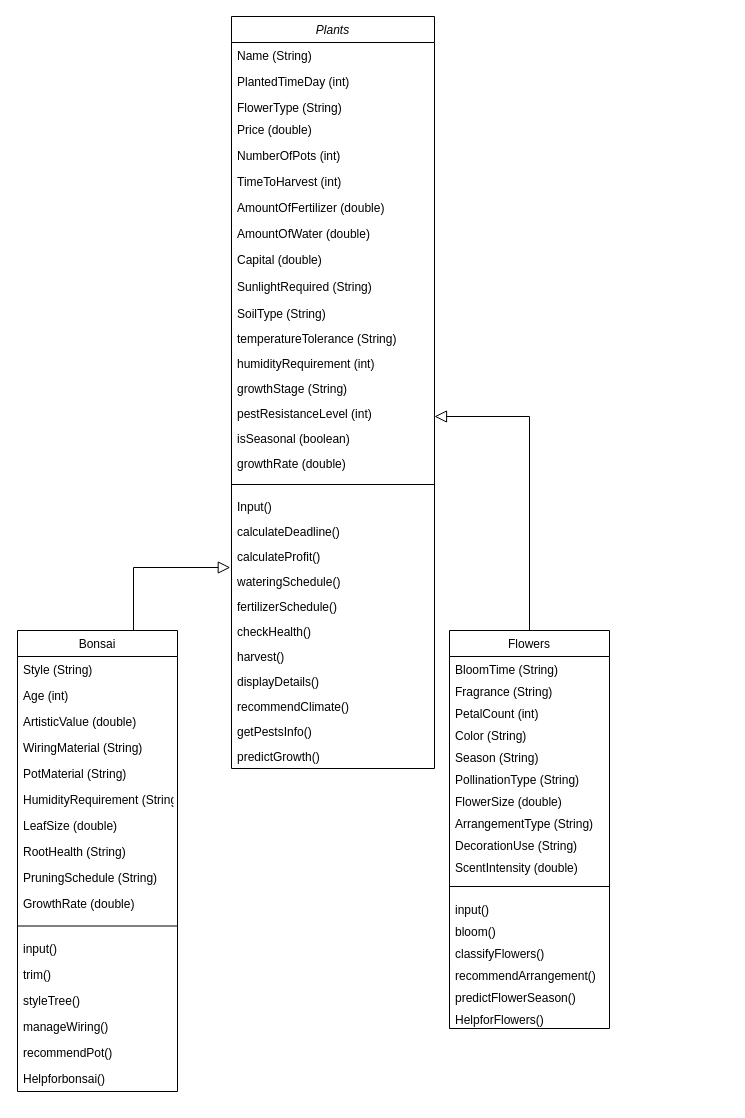
This is Untitled Diagram.drawio from NgoAnhThanThien/thanthien123, a draw.io file, before an edit. Source tidied: cells renumbered, new cells numbered last; positions are measured from the earlier drawing's top-left corner, leaving out a move shared by most shapes. Both pictures are drawn from the tidied source at 100%, with x=0, y=0 at pixel (17, 16).
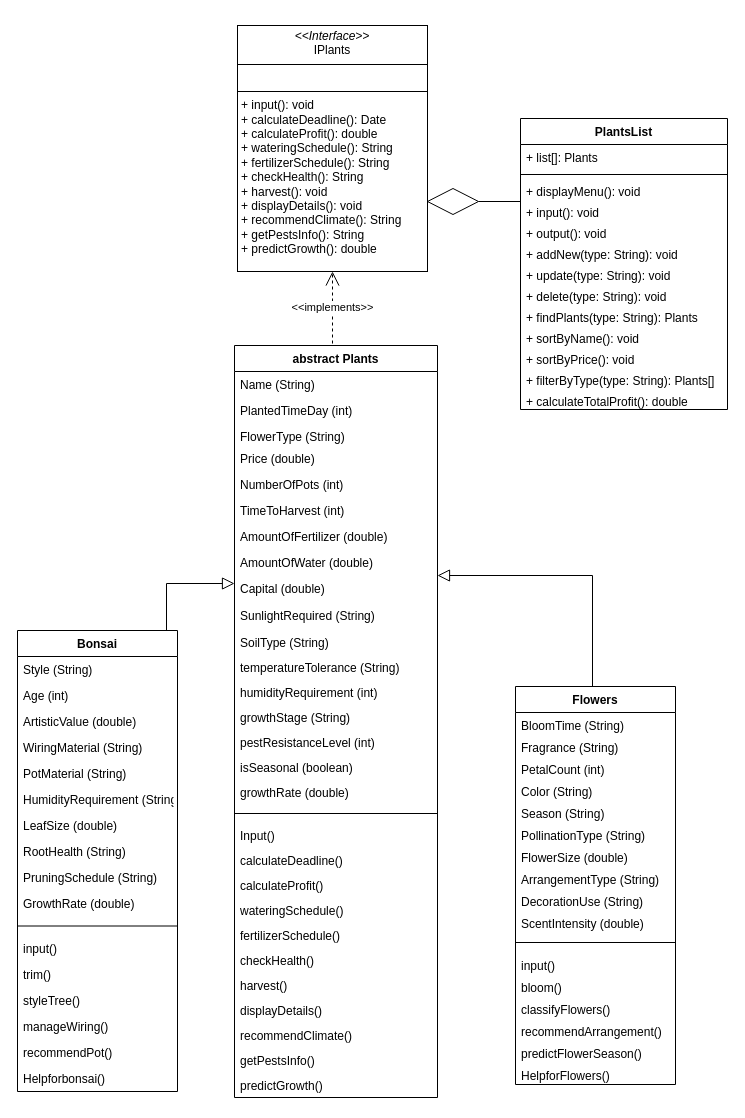
The same page after the edit.

Unchanged cells that the change refers to:
```xml
<mxCell id="24" value="wateringSchedule()" style="text;align=left;verticalAlign=top;spacingLeft=4;spacingRight=4;overflow=hidden;points=[[0,0.5],[1,0.5]];portConstraint=eastwest;" parent="2" vertex="1">
  <mxGeometry y="552" width="203" height="25" as="geometry" />
</mxCell>
```

Change to the diagram source:
```diff
@@
-    <mxCell id="2" value="Plants" style="swimlane;fontStyle=2;align=center;verticalAlign=top;horizontal=1;startSize=26;rounded=0;shadow=0;strokeWidth=1;" parent="1" vertex="1">
-      <mxGeometry x="214" width="203" height="752" as="geometry" />
+    <mxCell id="2" value="abstract Plants" style="swimlane;fontStyle=1;align=center;verticalAlign=top;horizontal=1;startSize=26;rounded=0;shadow=0;strokeWidth=1;" parent="1" vertex="1">
+      <mxGeometry x="217" y="329" width="203" height="752" as="geometry" />
     </mxCell>
@@
-    <mxCell id="32" value="Bonsai" style="swimlane;fontStyle=0;align=center;verticalAlign=top;horizontal=1;startSize=26;rounded=0;shadow=0;strokeWidth=1;" parent="1" vertex="1">
+    <mxCell id="32" value="Bonsai" style="swimlane;fontStyle=1;align=center;verticalAlign=top;horizontal=1;startSize=26;rounded=0;shadow=0;strokeWidth=1;" parent="1" vertex="1">
       <mxGeometry y="614" width="160" height="461" as="geometry" />
     </mxCell>
@@
-    <mxCell id="50" style="endArrow=block;endSize=10;endFill=0;shadow=0;strokeWidth=1;rounded=0;edgeStyle=elbowEdgeStyle;entryX=-0.006;entryY=-0.04;entryDx=0;entryDy=0;entryPerimeter=0;" parent="1" edge="1" target="24">
+    <mxCell id="50" style="endArrow=block;endSize=10;endFill=0;shadow=0;strokeWidth=1;rounded=0;edgeStyle=elbowEdgeStyle;entryX=-0.006;entryY=-0.04;entryDx=0;entryDy=0;entryPerimeter=0;exitX=0.5;exitY=0;exitDx=0;exitDy=0;" parent="1" edge="1" source="32">
       <mxGeometry relative="1" as="geometry">
-        <mxPoint x="20" y="614" as="sourcePoint" />
+        <mxPoint x="217" y="567" as="targetPoint" />
       </mxGeometry>
     </mxCell>
-    <mxCell id="51" value="Flowers" style="swimlane;fontStyle=0;align=center;verticalAlign=top;horizontal=1;startSize=26;rounded=0;shadow=0;strokeWidth=1;" parent="1" vertex="1">
-      <mxGeometry x="432" y="614" width="160" height="398" as="geometry" />
+    <mxCell id="51" value="Flowers" style="swimlane;fontStyle=1;align=center;verticalAlign=top;horizontal=1;startSize=26;rounded=0;shadow=0;strokeWidth=1;" parent="1" vertex="1">
+      <mxGeometry x="498" y="670" width="160" height="398" as="geometry" />
     </mxCell>
@@
     <mxCell id="69" style="endArrow=block;endSize=10;endFill=0;shadow=0;strokeWidth=1;rounded=0;curved=0;edgeStyle=elbowEdgeStyle;elbow=vertical;" parent="1" edge="1" source="51" target="2">
       <mxGeometry relative="1" as="geometry">
         <Array as="points">
-          <mxPoint x="344" y="400" />
+          <mxPoint x="575" y="559" />
           <mxPoint x="284" y="560" />
           <mxPoint x="364" y="580" />
           <mxPoint x="264" y="280" />
           <mxPoint x="464" y="300" />
           <mxPoint x="484" y="280" />
         </Array>
       </mxGeometry>
     </mxCell>
+    <mxCell id="70" style="rhombus;whiteSpace=wrap;html=1;" parent="1" vertex="1">
+      <mxGeometry x="410" y="172" width="51" height="26" as="geometry" />
+    </mxCell>
+    <mxCell id="71" style="endArrow=none;html=1;rounded=0;exitX=1;exitY=0.5;exitDx=0;exitDy=0;entryX=0;entryY=1.095;entryDx=0;entryDy=0;entryPerimeter=0;" parent="1" edge="1" source="70" target="75">
+      <mxGeometry relative="1" as="geometry" />
+    </mxCell>
+    <mxCell id="72" value="PlantsList" style="swimlane;fontStyle=1;align=center;verticalAlign=top;horizontal=1;startSize=26;whiteSpace=wrap;html=1;" parent="1" vertex="1">
+      <mxGeometry x="503" y="102" width="207" height="291" as="geometry" />
+    </mxCell>
+    <mxCell id="73" value="+ list[]: Plants" style="text;strokeColor=none;fillColor=none;align=left;verticalAlign=top;spacingLeft=4;spacingRight=4;overflow=hidden;whiteSpace=wrap;html=1;" parent="72" vertex="1">
+      <mxGeometry y="26" width="207" height="26" as="geometry" />
+    </mxCell>
+    <mxCell id="74" style="line;strokeWidth=1;fillColor=none;align=left;verticalAlign=middle;spacingTop=-1;spacingLeft=3;spacingRight=3;labelPosition=right;strokeColor=inherit;" parent="72" vertex="1">
+      <mxGeometry y="52" width="207" height="8" as="geometry" />
+    </mxCell>
+    <mxCell id="75" value="+&amp;nbsp;displayMenu(): void" style="text;strokeColor=none;fillColor=none;align=left;verticalAlign=top;spacingLeft=4;spacingRight=4;overflow=hidden;points=[[0,0.5],[1,0.5]];portConstraint=eastwest;whiteSpace=wrap;html=1;" parent="72" vertex="1">
+      <mxGeometry y="60" width="207" height="21" as="geometry" />
+    </mxCell>
+    <mxCell id="76" value="+&amp;nbsp;input(): void" style="text;strokeColor=none;fillColor=none;align=left;verticalAlign=top;spacingLeft=4;spacingRight=4;overflow=hidden;whiteSpace=wrap;html=1;" parent="72" vertex="1">
+      <mxGeometry y="81" width="207" height="21" as="geometry" />
+    </mxCell>
+    <mxCell id="77" value="+&amp;nbsp;output(): void" style="text;strokeColor=none;fillColor=none;align=left;verticalAlign=top;spacingLeft=4;spacingRight=4;overflow=hidden;whiteSpace=wrap;html=1;" parent="72" vertex="1">
+      <mxGeometry y="102" width="207" height="21" as="geometry" />
+    </mxCell>
+    <mxCell id="78" value="+&amp;nbsp;addNew(type: String): void" style="text;strokeColor=none;fillColor=none;align=left;verticalAlign=top;spacingLeft=4;spacingRight=4;overflow=hidden;whiteSpace=wrap;html=1;" parent="72" vertex="1">
+      <mxGeometry y="123" width="207" height="21" as="geometry" />
+    </mxCell>
+    <mxCell id="79" value="+ update(type: String): void" style="text;strokeColor=none;fillColor=none;align=left;verticalAlign=top;spacingLeft=4;spacingRight=4;overflow=hidden;whiteSpace=wrap;html=1;" parent="72" vertex="1">
+      <mxGeometry y="144" width="207" height="21" as="geometry" />
+    </mxCell>
+    <mxCell id="80" value="+ delete(type: String): void" style="text;strokeColor=none;fillColor=none;align=left;verticalAlign=top;spacingLeft=4;spacingRight=4;overflow=hidden;whiteSpace=wrap;html=1;" parent="72" vertex="1">
+      <mxGeometry y="165" width="207" height="21" as="geometry" />
+    </mxCell>
+    <mxCell id="81" value="+ findPlants(type: String): Plants" style="text;strokeColor=none;fillColor=none;align=left;verticalAlign=top;spacingLeft=4;spacingRight=4;overflow=hidden;whiteSpace=wrap;html=1;" parent="72" vertex="1">
+      <mxGeometry y="186" width="207" height="21" as="geometry" />
+    </mxCell>
+    <mxCell id="82" value="+ sortByName(): void" style="text;strokeColor=none;fillColor=none;align=left;verticalAlign=top;spacingLeft=4;spacingRight=4;overflow=hidden;whiteSpace=wrap;html=1;" parent="72" vertex="1">
+      <mxGeometry y="207" width="207" height="21" as="geometry" />
+    </mxCell>
+    <mxCell id="83" value="+ sortByPrice(): void" style="text;strokeColor=none;fillColor=none;align=left;verticalAlign=top;spacingLeft=4;spacingRight=4;overflow=hidden;whiteSpace=wrap;html=1;" parent="72" vertex="1">
+      <mxGeometry y="228" width="207" height="21" as="geometry" />
+    </mxCell>
+    <mxCell id="84" value="+ filterByType(type: String): Plants[]" style="text;strokeColor=none;fillColor=none;align=left;verticalAlign=top;spacingLeft=4;spacingRight=4;overflow=hidden;whiteSpace=wrap;html=1;" parent="72" vertex="1">
+      <mxGeometry y="249" width="207" height="21" as="geometry" />
+    </mxCell>
+    <mxCell id="85" value="+ calculateTotalProfit(): double" style="text;strokeColor=none;fillColor=none;align=left;verticalAlign=top;spacingLeft=4;spacingRight=4;overflow=hidden;whiteSpace=wrap;html=1;" parent="72" vertex="1">
+      <mxGeometry y="270" width="207" height="21" as="geometry" />
+    </mxCell>
+    <mxCell id="86" value="&lt;p style=&quot;margin:0px;margin-top:4px;text-align:center;&quot;&gt;&lt;i&gt;&amp;lt;&amp;lt;Interface&amp;gt;&amp;gt;&lt;/i&gt;&lt;br&gt;IPlants&lt;/p&gt;&lt;hr size=&quot;1&quot; style=&quot;border-style:solid;&quot;&gt;&lt;p style=&quot;margin:0px;margin-left:4px;&quot;&gt;&lt;br&gt;&lt;/p&gt;&lt;hr size=&quot;1&quot; style=&quot;border-style:solid;&quot;&gt;&lt;p style=&quot;margin:0px;margin-left:4px;&quot;&gt;+ input(): void&lt;/p&gt;&lt;p style=&quot;margin:0px;margin-left:4px;&quot;&gt;+ calculateDeadline(): Date&lt;/p&gt;&lt;p style=&quot;margin:0px;margin-left:4px;&quot;&gt;+ calculateProfit(): double&amp;nbsp;&lt;/p&gt;&lt;p style=&quot;margin:0px;margin-left:4px;&quot;&gt;+ wateringSchedule(): String&amp;nbsp;&lt;/p&gt;&lt;p style=&quot;margin:0px;margin-left:4px;&quot;&gt;+ fertilizerSchedule(): String&amp;nbsp;&lt;/p&gt;&lt;p style=&quot;margin:0px;margin-left:4px;&quot;&gt;+ checkHealth(): String&amp;nbsp;&lt;/p&gt;&lt;p style=&quot;margin:0px;margin-left:4px;&quot;&gt;+ harvest(): void&amp;nbsp;&lt;/p&gt;&lt;p style=&quot;margin:0px;margin-left:4px;&quot;&gt;+ displayDetails(): void&amp;nbsp;&lt;/p&gt;&lt;p style=&quot;margin:0px;margin-left:4px;&quot;&gt;+ recommendClimate(): String&amp;nbsp;&lt;/p&gt;&lt;p style=&quot;margin:0px;margin-left:4px;&quot;&gt;+ getPestsInfo(): String&amp;nbsp;&lt;/p&gt;&lt;p style=&quot;margin:0px;margin-left:4px;&quot;&gt;+ predictGrowth(): double&lt;/p&gt;" style="verticalAlign=top;align=left;overflow=fill;html=1;whiteSpace=wrap;" parent="1" vertex="1">
+      <mxGeometry x="220" y="9" width="190" height="246" as="geometry" />
+    </mxCell>
+    <mxCell id="87" value="&amp;lt;&amp;lt;implements&amp;gt;&amp;gt;" style="endArrow=open;endSize=12;dashed=1;html=1;rounded=0;entryX=0.5;entryY=1;entryDx=0;entryDy=0;" parent="1" edge="1" target="86">
+      <mxGeometry relative="1" as="geometry">
+        <mxPoint x="315" y="327" as="sourcePoint" />
+      </mxGeometry>
+    </mxCell>
```
